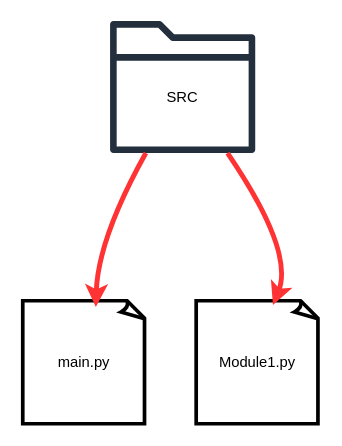
Before: Design/Design.drawio in cyberneel/DSIS, a draw.io diagram. Source tidied: cells renumbered, new cells numbered last; positions are measured from the earlier drawing's top-left corner, leaving out a move shared by most shapes. Both pictures are drawn from the tidied source at 123%, with x=0, y=0 at pixel (22, 21).
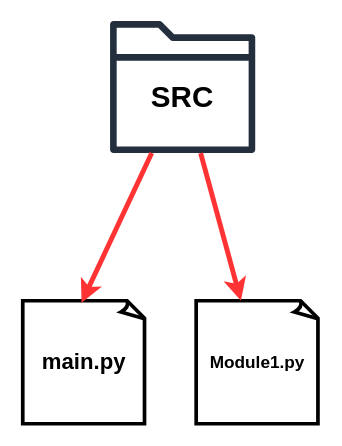
The same page after the edit.

Change to the diagram source:
```diff
@@
 <mxGraphModel>
   <root>
     <mxCell id="0" />
     <mxCell id="1" parent="0" />
     <mxCell id="2" style="sketch=0;outlineConnect=0;fontColor=#232F3E;gradientColor=none;fillColor=#232F3D;strokeColor=none;dashed=0;verticalLabelPosition=bottom;verticalAlign=top;align=center;html=1;fontSize=12;fontStyle=0;shape=mxgraph.aws4.folder;" parent="1" vertex="1">
       <mxGeometry x="71" y="-0.4" width="118" height="107.4" as="geometry" />
     </mxCell>
-    <mxCell id="3" value="main.py" style="whiteSpace=wrap;html=1;shape=mxgraph.basic.document;strokeWidth=3;" parent="1" vertex="1">
+    <mxCell id="3" value="&lt;b&gt;&lt;font style=&quot;font-size: 18px;&quot;&gt;main.py&lt;/font&gt;&lt;/b&gt;" style="whiteSpace=wrap;html=1;shape=mxgraph.basic.document;strokeWidth=3;" parent="1" vertex="1">
       <mxGeometry y="227" width="100" height="100" as="geometry" />
     </mxCell>
-    <mxCell id="4" value="SRC" style="text;strokeColor=none;align=center;fillColor=none;html=1;verticalAlign=middle;whiteSpace=wrap;rounded=0;" parent="1" vertex="1">
+    <mxCell id="4" value="&lt;b&gt;&lt;font style=&quot;font-size: 24px;&quot;&gt;SRC&lt;/font&gt;&lt;/b&gt;" style="text;strokeColor=none;align=center;fillColor=none;html=1;verticalAlign=middle;whiteSpace=wrap;rounded=0;" parent="1" vertex="1">
       <mxGeometry x="100" y="47" width="60" height="30" as="geometry" />
     </mxCell>
-    <mxCell id="5" style="curved=1;endArrow=classic;html=1;rounded=0;fontColor=#FF3333;labelBorderColor=none;strokeColor=#FF3333;strokeWidth=4;entryX=0.594;entryY=0.051;entryDx=0;entryDy=0;entryPerimeter=0;" parent="1" edge="1" source="2" target="3">
-      <mxGeometry relative="1" as="geometry">
-        <Array as="points">
-          <mxPoint x="61" y="177" />
-        </Array>
-      </mxGeometry>
+    <mxCell id="5" style="curved=1;endArrow=classic;html=1;rounded=0;fontColor=#FF3333;labelBorderColor=none;strokeColor=#FF3333;strokeWidth=4;entryX=0.478;entryY=0.016;entryDx=0;entryDy=0;entryPerimeter=0;" parent="1" edge="1" source="2" target="3">
+      <mxGeometry relative="1" as="geometry" />
     </mxCell>
-    <mxCell id="6" value="Module1.py" style="whiteSpace=wrap;html=1;shape=mxgraph.basic.document;strokeWidth=3;" parent="1" vertex="1">
+    <mxCell id="6" value="&lt;b&gt;&lt;font style=&quot;font-size: 14px;&quot;&gt;Module1.py&lt;/font&gt;&lt;/b&gt;" style="whiteSpace=wrap;html=1;shape=mxgraph.basic.document;strokeWidth=3;" parent="1" vertex="1">
       <mxGeometry x="141" y="227" width="100" height="100" as="geometry" />
     </mxCell>
-    <mxCell id="7" style="curved=1;endArrow=classic;html=1;rounded=0;fontColor=#FF3333;labelBorderColor=none;strokeColor=#FF3333;strokeWidth=4;entryX=0.624;entryY=0.034;entryDx=0;entryDy=0;entryPerimeter=0;" parent="1" edge="1" source="2" target="6">
-      <mxGeometry relative="1" as="geometry">
-        <Array as="points">
-          <mxPoint x="221" y="187" />
-        </Array>
-      </mxGeometry>
+    <mxCell id="7" style="curved=1;endArrow=classic;html=1;rounded=0;fontColor=#FF3333;labelBorderColor=none;strokeColor=#FF3333;strokeWidth=4;" parent="1" edge="1" source="2" target="6">
+      <mxGeometry relative="1" as="geometry" />
     </mxCell>
   </root>
 </mxGraphModel>
```
